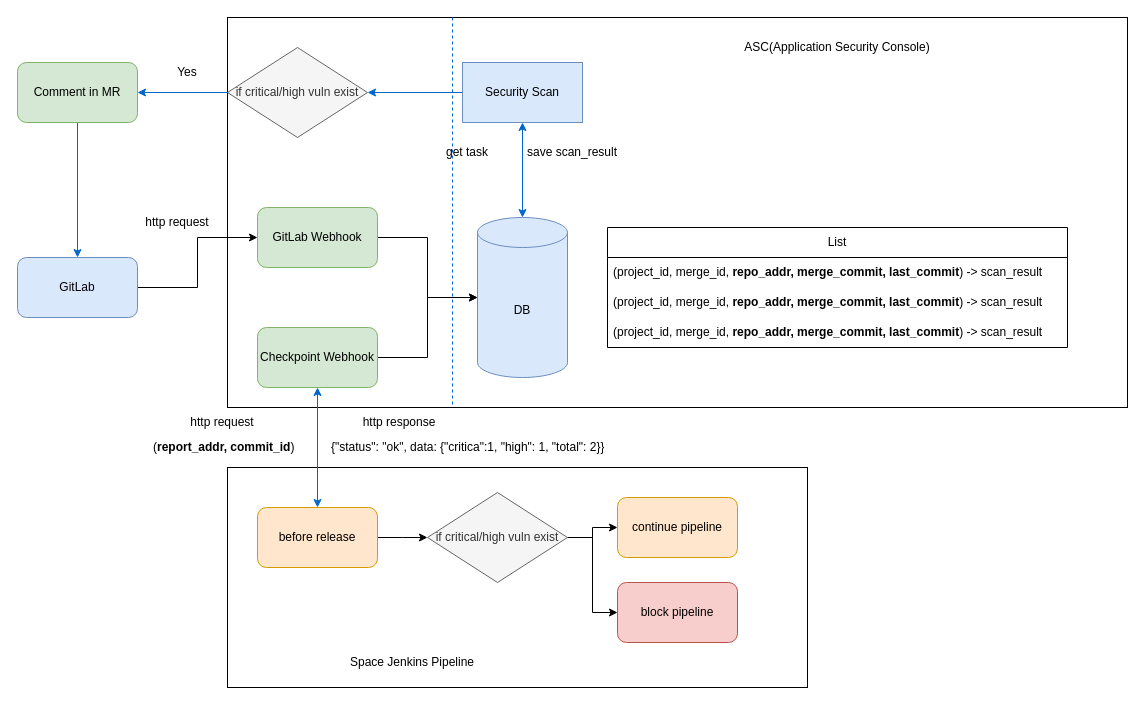
Above: check.drawio in bookchi/Linux (draw.io), before the change. Source tidied: cells renumbered, new cells numbered last; positions are measured from the earlier drawing's top-left corner, leaving out a move shared by most shapes. Both pictures are drawn from the tidied source at 100%, with x=0, y=0 at pixel (17, 17).
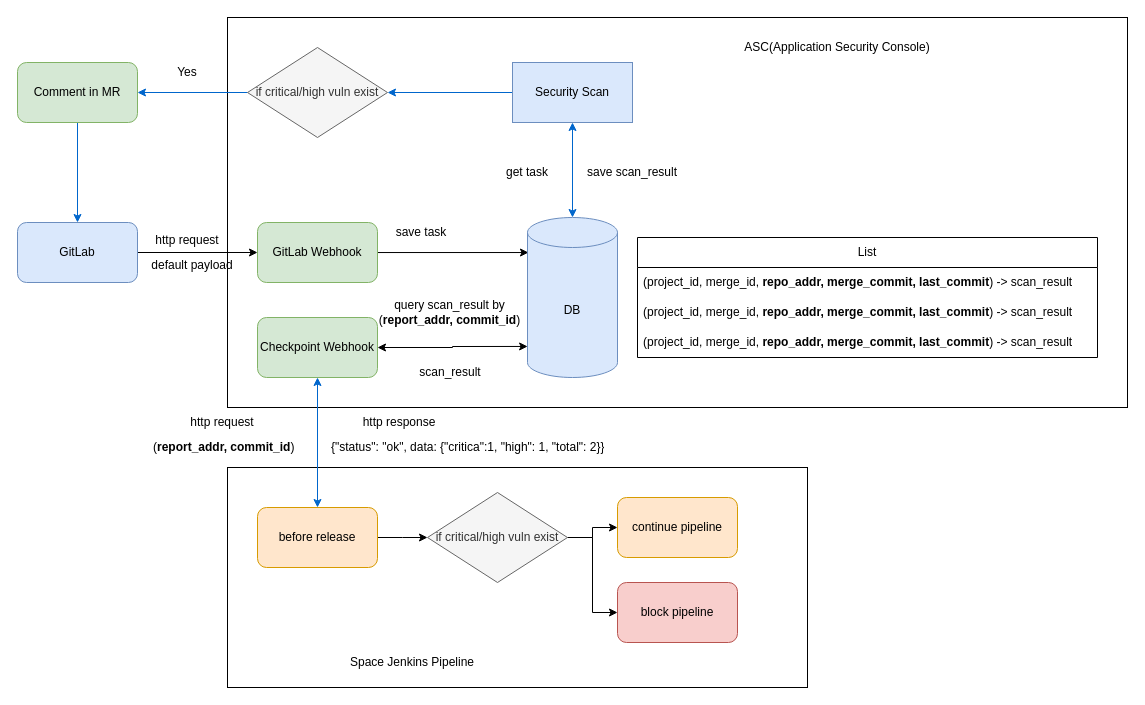
The same diagram, later.

Unchanged cells that the change refers to:
```xml
<mxCell id="3" style="rounded=0;whiteSpace=wrap;html=1;" parent="1" vertex="1">
  <mxGeometry x="210" width="900" height="390" as="geometry" />
</mxCell>
```

Diff of the diagram source:
```diff
@@
     <mxCell id="5" value="GitLab" style="rounded=1;whiteSpace=wrap;html=1;fillColor=#dae8fc;strokeColor=#6c8ebf;" parent="1" vertex="1">
-      <mxGeometry y="240" width="120" height="60" as="geometry" />
+      <mxGeometry y="205" width="120" height="60" as="geometry" />
     </mxCell>
-    <mxCell id="6" style="edgeStyle=orthogonalEdgeStyle;rounded=0;jettySize=auto;html=1;entryX=0;entryY=0.5;entryDx=0;entryDy=0;entryPerimeter=0;" parent="1" edge="1" source="7" target="10">
+    <mxCell id="6" style="edgeStyle=orthogonalEdgeStyle;rounded=0;jettySize=auto;html=1;entryX=0.011;entryY=0.219;entryDx=0;entryDy=0;entryPerimeter=0;" parent="1" edge="1" source="7" target="10">
       <mxGeometry relative="1" as="geometry" />
     </mxCell>
     <mxCell id="7" value="GitLab Webhook" style="rounded=1;whiteSpace=wrap;html=1;fillColor=#d5e8d4;strokeColor=#82b366;" parent="1" vertex="1">
-      <mxGeometry x="240" y="190" width="120" height="60" as="geometry" />
+      <mxGeometry x="240" y="205" width="120" height="60" as="geometry" />
     </mxCell>
-    <mxCell id="8" style="edgeStyle=orthogonalEdgeStyle;rounded=0;jettySize=auto;html=1;" parent="1" edge="1" source="9" target="10">
-      <mxGeometry relative="1" as="geometry" />
-    </mxCell>
     <mxCell id="9" value="Checkpoint&amp;nbsp;Webhook" style="rounded=1;whiteSpace=wrap;html=1;fillColor=#d5e8d4;strokeColor=#82b366;" parent="1" vertex="1">
-      <mxGeometry x="240" y="310" width="120" height="60" as="geometry" />
+      <mxGeometry x="240" y="300" width="120" height="60" as="geometry" />
     </mxCell>
     <mxCell id="10" value="DB" style="shape=cylinder3;whiteSpace=wrap;html=1;boundedLbl=1;backgroundOutline=1;size=15;fillColor=#dae8fc;strokeColor=#6c8ebf;" parent="1" vertex="1">
-      <mxGeometry x="460" y="200" width="90" height="160" as="geometry" />
+      <mxGeometry x="510" y="200" width="90" height="160" as="geometry" />
     </mxCell>
     <mxCell id="11" value="List" style="swimlane;fontStyle=0;horizontal=1;startSize=30;whiteSpace=wrap;html=1;" parent="1" vertex="1">
-      <mxGeometry x="590" y="210" width="460" height="120" as="geometry" />
+      <mxGeometry x="620" y="220" width="460" height="120" as="geometry" />
     </mxCell>
@@
-    <mxCell id="24" style="endArrow=none;dashed=1;html=1;rounded=0;entryX=0.25;entryY=1;entryDx=0;entryDy=0;exitX=0.25;exitY=0;exitDx=0;exitDy=0;strokeColor=#0066CC;" parent="1" edge="1" source="3" target="3">
-      <mxGeometry relative="1" as="geometry" />
-    </mxCell>
@@
     <mxCell id="27" value="http request" style="text;html=1;strokeColor=none;fillColor=none;align=center;verticalAlign=middle;whiteSpace=wrap;rounded=0;" parent="1" vertex="1">
-      <mxGeometry x="120" y="190" width="80" height="30" as="geometry" />
+      <mxGeometry x="130" y="205" width="80" height="35" as="geometry" />
     </mxCell>
@@
     <mxCell id="32" value="Security Scan" style="rounded=0;whiteSpace=wrap;html=1;fillColor=#dae8fc;strokeColor=#6c8ebf;" parent="1" vertex="1">
-      <mxGeometry x="445" y="45" width="120" height="60" as="geometry" />
+      <mxGeometry x="495" y="45" width="120" height="60" as="geometry" />
     </mxCell>
@@
     <mxCell id="34" value="get task" style="text;html=1;strokeColor=none;fillColor=none;align=center;verticalAlign=middle;whiteSpace=wrap;rounded=0;" parent="1" vertex="1">
-      <mxGeometry x="420" y="120" width="60" height="30" as="geometry" />
+      <mxGeometry x="480" y="140" width="60" height="30" as="geometry" />
     </mxCell>
     <mxCell id="35" value="save scan_result" style="text;html=1;strokeColor=none;fillColor=none;align=center;verticalAlign=middle;whiteSpace=wrap;rounded=0;" parent="1" vertex="1">
-      <mxGeometry x="500" y="120" width="110" height="30" as="geometry" />
+      <mxGeometry x="560" y="140" width="110" height="30" as="geometry" />
     </mxCell>
@@
     <mxCell id="37" value="if critical/high vuln exist" style="rhombus;whiteSpace=wrap;html=1;fillColor=#f5f5f5;fontColor=#333333;strokeColor=#666666;" parent="1" vertex="1">
-      <mxGeometry x="210" y="30" width="140" height="90" as="geometry" />
+      <mxGeometry x="230" y="30" width="140" height="90" as="geometry" />
     </mxCell>
@@
+    <mxCell id="41" value="default payload" style="text;html=1;strokeColor=none;fillColor=none;align=center;verticalAlign=middle;whiteSpace=wrap;rounded=0;" parent="1" vertex="1">
+      <mxGeometry x="130" y="230" width="90" height="35" as="geometry" />
+    </mxCell>
+    <mxCell id="8" style="endArrow=classic;startArrow=classic;html=1;rounded=0;exitX=1;exitY=0.5;exitDx=0;exitDy=0;edgeStyle=orthogonalEdgeStyle;entryX=0.001;entryY=0.806;entryDx=0;entryDy=0;entryPerimeter=0;" parent="1" edge="1" source="9" target="10">
+      <mxGeometry relative="1" as="geometry" />
+    </mxCell>
+    <mxCell id="42" value="query scan_result by (&lt;b style=&quot;border-color: var(--border-color); text-align: left;&quot;&gt;report_addr, commit_id&lt;/b&gt;&lt;span style=&quot;text-align: left;&quot;&gt;)&lt;/span&gt;" style="text;html=1;strokeColor=none;fillColor=none;align=center;verticalAlign=middle;whiteSpace=wrap;rounded=0;" parent="1" vertex="1">
+      <mxGeometry x="340" y="280" width="185" height="30" as="geometry" />
+    </mxCell>
+    <mxCell id="43" value="scan_result" style="text;html=1;strokeColor=none;fillColor=none;align=center;verticalAlign=middle;whiteSpace=wrap;rounded=0;" parent="1" vertex="1">
+      <mxGeometry x="402.5" y="340" width="60" height="30" as="geometry" />
+    </mxCell>
+    <mxCell id="44" value="save task" style="text;html=1;strokeColor=none;fillColor=none;align=center;verticalAlign=middle;whiteSpace=wrap;rounded=0;" parent="1" vertex="1">
+      <mxGeometry x="373.8" y="200" width="60" height="30" as="geometry" />
+    </mxCell>
+    <mxCell id="45" style="edgeStyle=orthogonalEdgeStyle;rounded=0;orthogonalLoop=1;jettySize=auto;html=1;exitX=0.5;exitY=1;exitDx=0;exitDy=0;" parent="1" edge="1" source="42" target="42">
+      <mxGeometry relative="1" as="geometry" />
+    </mxCell>
```
